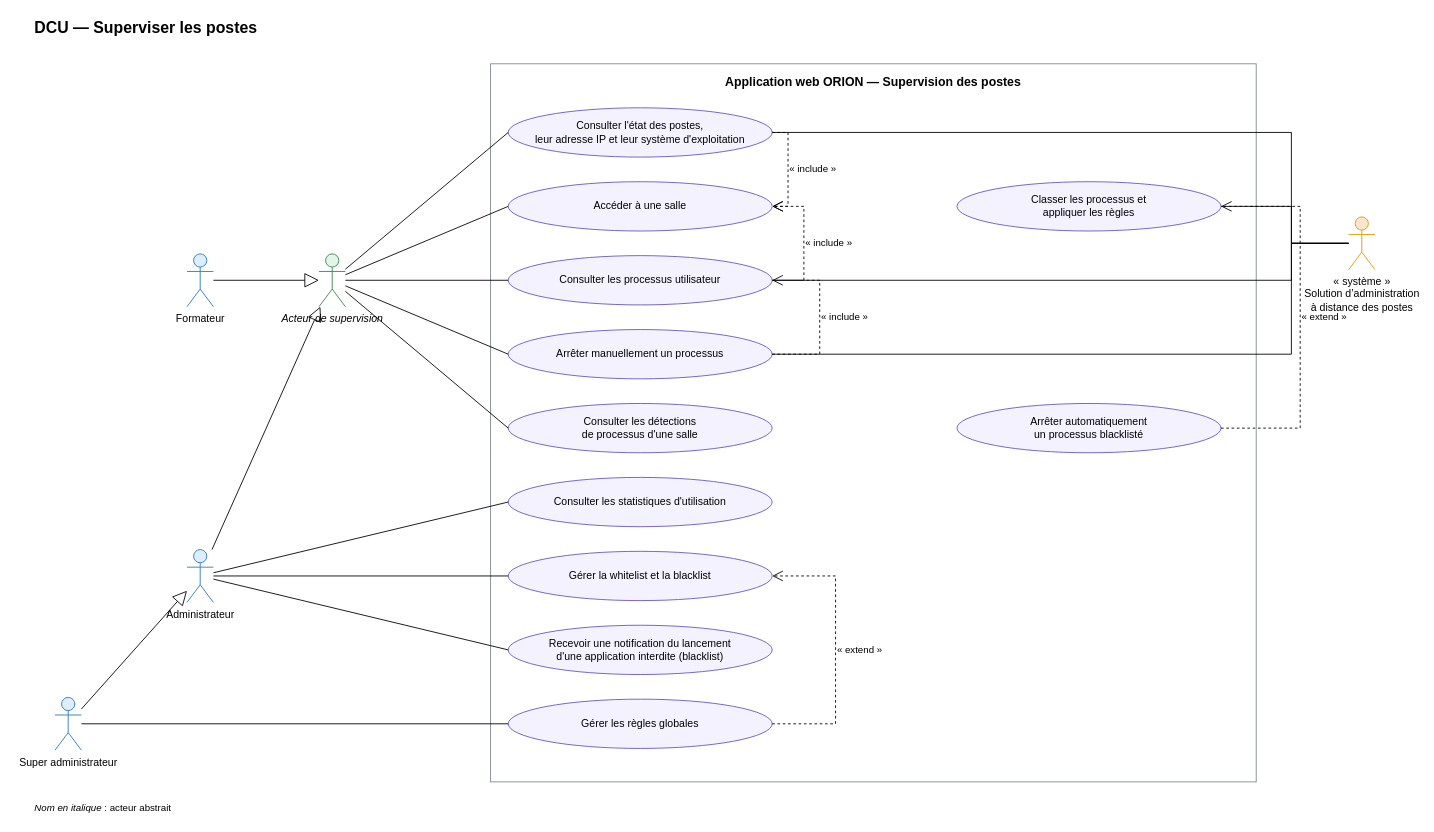
bpierrelouis/aster keeps this draw.io diagram as docs/02-ANALYSE/02-CAPTURE-DES-BESOINS/05-DCU-SUPERVISION-POSTES.drawio. Above is the earlier version. Source tidied: cells renumbered, new cells numbered last; positions are measured from the earlier drawing's top-left corner, leaving out a move shared by most shapes. Both pictures are drawn from the tidied source at 88%, with x=0, y=0 at pixel (33, 15).
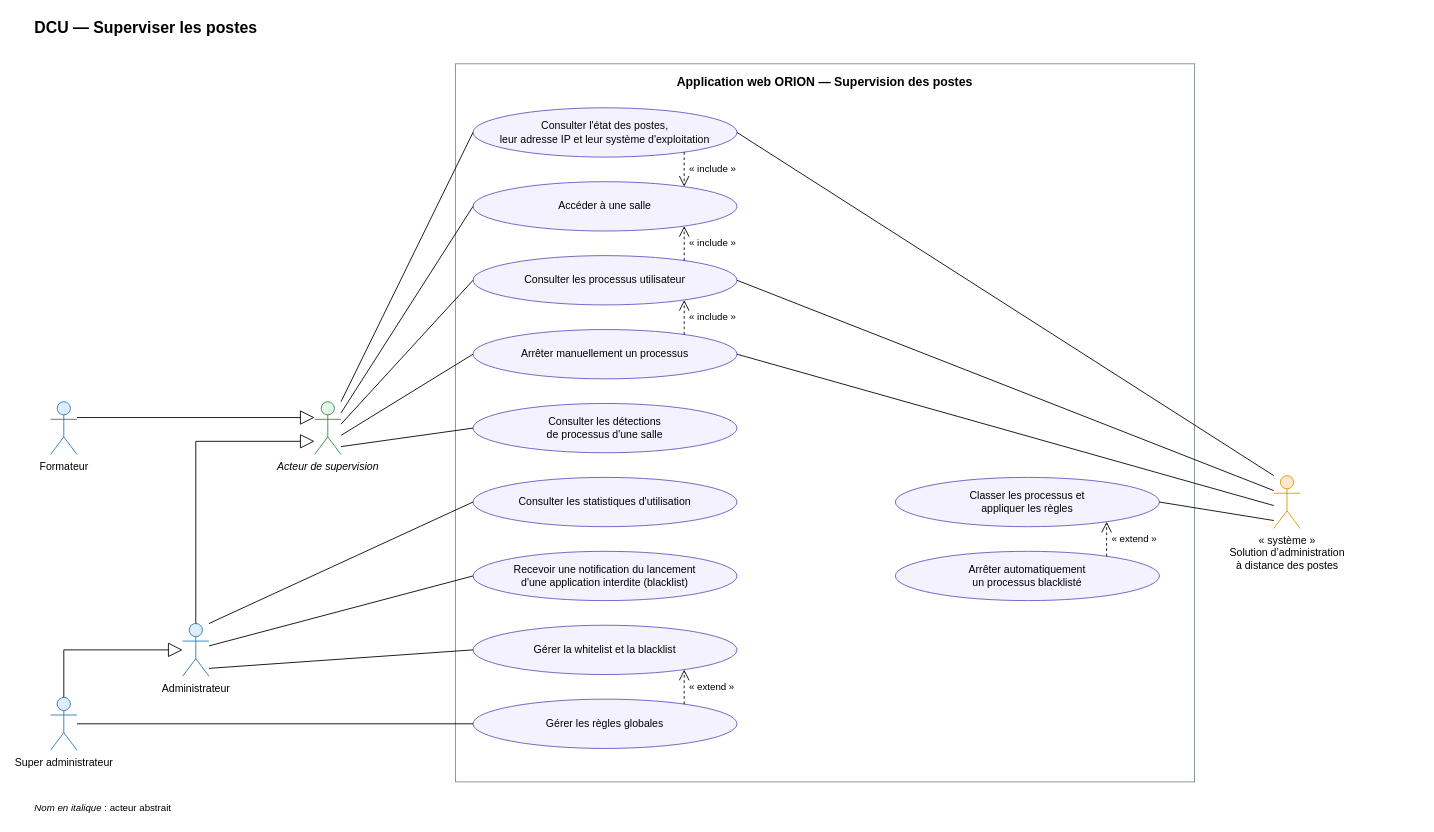
Above is the later version.

Unchanged cells that the change refers to:
```xml
<mxCell id="4" value="Accéder à une salle" style="ellipse;whiteSpace=wrap;html=1;fontSize=12;fillColor=#F5F2FF;strokeColor=#6954C0;" parent="3" vertex="1">
  <mxGeometry x="20" y="134" width="300" height="56" as="geometry" />
</mxCell>
<mxCell id="5" value="Consulter l'état des postes,&lt;br&gt;leur adresse IP et leur système d'exploitation" style="ellipse;whiteSpace=wrap;html=1;fontSize=12;fillColor=#F5F2FF;strokeColor=#6954C0;" parent="3" vertex="1">
  <mxGeometry x="20" y="50" width="300" height="56" as="geometry" />
</mxCell>
<mxCell id="6" value="Consulter les processus utilisateur" style="ellipse;whiteSpace=wrap;html=1;fontSize=12;fillColor=#F5F2FF;strokeColor=#6954C0;" parent="3" vertex="1">
  <mxGeometry x="20" y="218" width="300" height="56" as="geometry" />
</mxCell>
<mxCell id="7" value="Arrêter manuellement un processus" style="ellipse;whiteSpace=wrap;html=1;fontSize=12;fillColor=#F5F2FF;strokeColor=#6954C0;" parent="3" vertex="1">
  <mxGeometry x="20" y="302" width="300" height="56" as="geometry" />
</mxCell>
<mxCell id="9" value="Gérer les règles globales" style="ellipse;whiteSpace=wrap;html=1;fontSize=12;fillColor=#F5F2FF;strokeColor=#6954C0;" parent="3" vertex="1">
  <mxGeometry x="20" y="722" width="300" height="56" as="geometry" />
</mxCell>
<mxCell id="12" value="Consulter les détections&lt;br&gt;de processus d'une salle" style="ellipse;whiteSpace=wrap;html=1;fontSize=12;fillColor=#F5F2FF;strokeColor=#6954C0;" parent="3" vertex="1">
  <mxGeometry x="20" y="386" width="300" height="56" as="geometry" />
</mxCell>
<mxCell id="14" value="Consulter les statistiques d'utilisation" style="ellipse;whiteSpace=wrap;html=1;fontSize=12;fillColor=#F5F2FF;strokeColor=#6954C0;" parent="3" vertex="1">
  <mxGeometry x="20" y="470" width="300" height="56" as="geometry" />
</mxCell>
```

The edit, as a diff of the source:
```diff
@@
     <mxCell id="3" value="Application web ORION — Supervision des postes" style="rounded=0;whiteSpace=wrap;html=1;verticalAlign=top;fontStyle=1;fontSize=14;fillColor=none;strokeColor=#7D8793;spacingTop=6;" parent="1" vertex="1">
-      <mxGeometry x="520" y="55" width="870" height="816" as="geometry" />
+      <mxGeometry x="480" y="55" width="840" height="816" as="geometry" />
     </mxCell>
@@
     <mxCell id="8" value="Gérer la whitelist et la blacklist" style="ellipse;whiteSpace=wrap;html=1;fontSize=12;fillColor=#F5F2FF;strokeColor=#6954C0;" parent="3" vertex="1">
-      <mxGeometry x="20" y="554" width="300" height="56" as="geometry" />
+      <mxGeometry x="20" y="638" width="300" height="56" as="geometry" />
     </mxCell>
@@
     <mxCell id="10" value="Classer les processus et&lt;br&gt;appliquer les règles" style="ellipse;whiteSpace=wrap;html=1;fontSize=12;fillColor=#F5F2FF;strokeColor=#6954C0;" parent="3" vertex="1">
-      <mxGeometry x="530" y="134" width="300" height="56" as="geometry" />
+      <mxGeometry x="500" y="470" width="300" height="56" as="geometry" />
     </mxCell>
     <mxCell id="11" value="Arrêter automatiquement&lt;br&gt;un processus blacklisté" style="ellipse;whiteSpace=wrap;html=1;fontSize=12;fillColor=#F5F2FF;strokeColor=#6954C0;" parent="3" vertex="1">
-      <mxGeometry x="530" y="386" width="300" height="56" as="geometry" />
+      <mxGeometry x="500" y="554" width="300" height="56" as="geometry" />
     </mxCell>
@@
     <mxCell id="13" value="Recevoir une notification du lancement&lt;br&gt;d'une application interdite (blacklist)" style="ellipse;whiteSpace=wrap;html=1;fontSize=12;fillColor=#F5F2FF;strokeColor=#6954C0;" parent="3" vertex="1">
-      <mxGeometry x="20" y="638" width="300" height="56" as="geometry" />
+      <mxGeometry x="20" y="554" width="300" height="56" as="geometry" />
     </mxCell>
@@
     <mxCell id="15" value="Acteur de supervision" style="shape=umlActor;verticalLabelPosition=bottom;verticalAlign=top;html=1;outlineConnect=0;fontSize=12;fillColor=#E3F5E6;strokeColor=#35864A;fontStyle=2;" parent="1" vertex="1">
-      <mxGeometry x="325" y="271" width="30" height="60" as="geometry" />
+      <mxGeometry x="320" y="439" width="30" height="60" as="geometry" />
     </mxCell>
     <mxCell id="16" value="Formateur" style="shape=umlActor;verticalLabelPosition=bottom;verticalAlign=top;html=1;outlineConnect=0;fontSize=12;fillColor=#DCEEFF;strokeColor=#2878B5;" parent="1" vertex="1">
-      <mxGeometry x="175" y="271" width="30" height="60" as="geometry" />
+      <mxGeometry x="20" y="439" width="30" height="60" as="geometry" />
     </mxCell>
     <mxCell id="17" value="Administrateur" style="shape=umlActor;verticalLabelPosition=bottom;verticalAlign=top;html=1;outlineConnect=0;fontSize=12;fillColor=#DCEEFF;strokeColor=#2878B5;" parent="1" vertex="1">
-      <mxGeometry x="175" y="607" width="30" height="60" as="geometry" />
+      <mxGeometry x="170" y="691" width="30" height="60" as="geometry" />
     </mxCell>
     <mxCell id="18" value="Super administrateur" style="shape=umlActor;verticalLabelPosition=bottom;verticalAlign=top;html=1;outlineConnect=0;fontSize=12;fillColor=#DCEEFF;strokeColor=#2878B5;" parent="1" vertex="1">
-      <mxGeometry x="25" y="775" width="30" height="60" as="geometry" />
+      <mxGeometry x="20" y="775" width="30" height="60" as="geometry" />
     </mxCell>
     <mxCell id="19" value="« système »&lt;br&gt;Solution d’administration&lt;br&gt;à distance des postes" style="shape=umlActor;verticalLabelPosition=bottom;verticalAlign=top;html=1;outlineConnect=0;fontSize=12;fillColor=#FFE6CC;strokeColor=#D79B00;" parent="1" vertex="1">
-      <mxGeometry x="1495" y="229" width="30" height="60" as="geometry" />
+      <mxGeometry x="1410" y="523" width="30" height="60" as="geometry" />
     </mxCell>
-    <mxCell id="20" style="endArrow=block;endFill=0;endSize=14;html=1;rounded=0;" parent="1" edge="1" source="16" target="15">
+    <mxCell id="20" style="endArrow=block;endFill=0;endSize=14;html=1;rounded=0;edgeStyle=none;exitX=1;exitY=0.3;exitDx=0;exitDy=0;exitPerimeter=0;entryX=0;entryY=0.3;entryDx=0;entryDy=0;entryPerimeter=0;" parent="1" edge="1" source="16" target="15">
       <mxGeometry relative="1" as="geometry" />
     </mxCell>
-    <mxCell id="21" style="endArrow=block;endFill=0;endSize=14;html=1;rounded=0;" parent="1" edge="1" source="17" target="15">
-      <mxGeometry relative="1" as="geometry" />
+    <mxCell id="21" style="endArrow=block;endFill=0;endSize=14;html=1;rounded=0;edgeStyle=none;exitX=0.5;exitY=0;exitDx=0;exitDy=0;exitPerimeter=0;entryX=0;entryY=0.75;entryDx=0;entryDy=0;entryPerimeter=0;" parent="1" edge="1" source="17" target="15">
+      <mxGeometry relative="1" as="geometry">
+        <Array as="points">
+          <mxPoint x="185" y="484" />
+        </Array>
+      </mxGeometry>
     </mxCell>
-    <mxCell id="22" style="endArrow=block;endFill=0;endSize=14;html=1;rounded=0;" parent="1" edge="1" source="18" target="17">
-      <mxGeometry relative="1" as="geometry" />
+    <mxCell id="22" style="endArrow=block;endFill=0;endSize=14;html=1;rounded=0;edgeStyle=none;exitX=0.5;exitY=0;exitDx=0;exitDy=0;exitPerimeter=0;entryX=0;entryY=0.5;entryDx=0;entryDy=0;entryPerimeter=0;" parent="1" edge="1" source="18" target="17">
+      <mxGeometry relative="1" as="geometry">
+        <Array as="points">
+          <mxPoint x="35" y="721" />
+        </Array>
+      </mxGeometry>
     </mxCell>
-    <mxCell id="23" style="endArrow=none;html=1;rounded=0;entryX=0;entryY=0.5;entryDx=0;entryDy=0;" parent="1" edge="1" source="15" target="4">
+    <mxCell id="23" style="endArrow=none;html=1;rounded=0;edgeStyle=none;exitX=1;exitY=0.2125;exitDx=0;exitDy=0;exitPerimeter=0;entryX=0;entryY=0.5;entryDx=0;entryDy=0;entryPerimeter=0;" parent="1" edge="1" source="15" target="4">
       <mxGeometry relative="1" as="geometry" />
     </mxCell>
-    <mxCell id="24" style="endArrow=none;html=1;rounded=0;entryX=0;entryY=0.5;entryDx=0;entryDy=0;" parent="1" edge="1" source="15" target="5">
+    <mxCell id="24" style="endArrow=none;html=1;rounded=0;edgeStyle=none;exitX=1;exitY=0.0;exitDx=0;exitDy=0;exitPerimeter=0;entryX=0;entryY=0.5;entryDx=0;entryDy=0;entryPerimeter=0;" parent="1" edge="1" source="15" target="5">
       <mxGeometry relative="1" as="geometry" />
     </mxCell>
-    <mxCell id="25" style="endArrow=none;html=1;rounded=0;entryX=0;entryY=0.5;entryDx=0;entryDy=0;" parent="1" edge="1" source="15" target="6">
+    <mxCell id="25" style="endArrow=none;html=1;rounded=0;edgeStyle=none;exitX=1;exitY=0.425;exitDx=0;exitDy=0;exitPerimeter=0;entryX=0;entryY=0.5;entryDx=0;entryDy=0;entryPerimeter=0;" parent="1" edge="1" source="15" target="6">
       <mxGeometry relative="1" as="geometry" />
     </mxCell>
-    <mxCell id="26" style="endArrow=none;html=1;rounded=0;entryX=0;entryY=0.5;entryDx=0;entryDy=0;" parent="1" edge="1" source="15" target="7">
+    <mxCell id="26" style="endArrow=none;html=1;rounded=0;edgeStyle=none;exitX=1;exitY=0.6375;exitDx=0;exitDy=0;exitPerimeter=0;entryX=0;entryY=0.5;entryDx=0;entryDy=0;entryPerimeter=0;" parent="1" edge="1" source="15" target="7">
       <mxGeometry relative="1" as="geometry" />
     </mxCell>
-    <mxCell id="27" style="endArrow=none;html=1;rounded=0;entryX=0;entryY=0.5;entryDx=0;entryDy=0;" parent="1" edge="1" source="15" target="12">
+    <mxCell id="27" style="endArrow=none;html=1;rounded=0;edgeStyle=none;exitX=1;exitY=0.85;exitDx=0;exitDy=0;exitPerimeter=0;entryX=0;entryY=0.5;entryDx=0;entryDy=0;entryPerimeter=0;" parent="1" edge="1" source="15" target="12">
       <mxGeometry relative="1" as="geometry" />
     </mxCell>
-    <mxCell id="28" style="endArrow=none;html=1;rounded=0;entryX=0;entryY=0.5;entryDx=0;entryDy=0;" parent="1" edge="1" source="17" target="8">
+    <mxCell id="28" style="endArrow=none;html=1;rounded=0;edgeStyle=none;exitX=1;exitY=0.85;exitDx=0;exitDy=0;exitPerimeter=0;entryX=0;entryY=0.5;entryDx=0;entryDy=0;entryPerimeter=0;" parent="1" edge="1" source="17" target="8">
       <mxGeometry relative="1" as="geometry" />
     </mxCell>
-    <mxCell id="29" style="endArrow=none;html=1;rounded=0;entryX=0;entryY=0.5;entryDx=0;entryDy=0;" parent="1" edge="1" source="17" target="14">
+    <mxCell id="29" style="endArrow=none;html=1;rounded=0;edgeStyle=none;exitX=1;exitY=0.0;exitDx=0;exitDy=0;exitPerimeter=0;entryX=0;entryY=0.5;entryDx=0;entryDy=0;entryPerimeter=0;" parent="1" edge="1" source="17" target="14">
       <mxGeometry relative="1" as="geometry" />
     </mxCell>
-    <mxCell id="30" style="endArrow=none;html=1;rounded=0;entryX=0;entryY=0.5;entryDx=0;entryDy=0;" parent="1" edge="1" source="17" target="13">
+    <mxCell id="30" style="endArrow=none;html=1;rounded=0;edgeStyle=none;exitX=1;exitY=0.425;exitDx=0;exitDy=0;exitPerimeter=0;entryX=0;entryY=0.5;entryDx=0;entryDy=0;entryPerimeter=0;" parent="1" edge="1" source="17" target="13">
       <mxGeometry relative="1" as="geometry" />
     </mxCell>
-    <mxCell id="31" style="endArrow=none;html=1;rounded=0;entryX=0;entryY=0.5;entryDx=0;entryDy=0;" parent="1" edge="1" source="18" target="9">
+    <mxCell id="31" style="endArrow=none;html=1;rounded=0;edgeStyle=none;exitX=1;exitY=0.5;exitDx=0;exitDy=0;exitPerimeter=0;entryX=0;entryY=0.5;entryDx=0;entryDy=0;entryPerimeter=0;" parent="1" edge="1" source="18" target="9">
       <mxGeometry relative="1" as="geometry" />
     </mxCell>
-    <mxCell id="32" style="endArrow=none;html=1;rounded=0;exitX=1;exitY=0.5;exitDx=0;exitDy=0;edgeStyle=orthogonalEdgeStyle;" parent="1" edge="1" source="5" target="19">
-      <mxGeometry relative="1" as="geometry">
-        <Array as="points">
-          <mxPoint x="1430" y="133" />
-          <mxPoint x="1430" y="259" />
-        </Array>
-      </mxGeometry>
+    <mxCell id="32" style="endArrow=none;html=1;rounded=0;edgeStyle=none;exitX=1;exitY=0.5;exitDx=0;exitDy=0;exitPerimeter=0;entryX=0;entryY=0.0;entryDx=0;entryDy=0;entryPerimeter=0;" parent="1" edge="1" source="5" target="19">
+      <mxGeometry relative="1" as="geometry" />
     </mxCell>
-    <mxCell id="33" style="endArrow=none;html=1;rounded=0;exitX=1;exitY=0.5;exitDx=0;exitDy=0;edgeStyle=orthogonalEdgeStyle;" parent="1" edge="1" source="6" target="19">
-      <mxGeometry relative="1" as="geometry">
-        <Array as="points">
-          <mxPoint x="1430" y="301" />
-          <mxPoint x="1430" y="259" />
-        </Array>
-      </mxGeometry>
+    <mxCell id="33" style="endArrow=none;html=1;rounded=0;edgeStyle=none;exitX=1;exitY=0.5;exitDx=0;exitDy=0;exitPerimeter=0;entryX=0;entryY=0.2833333333333333;entryDx=0;entryDy=0;entryPerimeter=0;" parent="1" edge="1" source="6" target="19">
+      <mxGeometry relative="1" as="geometry" />
     </mxCell>
-    <mxCell id="34" style="endArrow=none;html=1;rounded=0;exitX=1;exitY=0.5;exitDx=0;exitDy=0;edgeStyle=orthogonalEdgeStyle;" parent="1" edge="1" source="7" target="19">
-      <mxGeometry relative="1" as="geometry">
-        <Array as="points">
-          <mxPoint x="1430" y="385" />
-          <mxPoint x="1430" y="259" />
-        </Array>
-      </mxGeometry>
+    <mxCell id="34" style="endArrow=none;html=1;rounded=0;edgeStyle=none;exitX=1;exitY=0.5;exitDx=0;exitDy=0;exitPerimeter=0;entryX=0;entryY=0.5666666666666667;entryDx=0;entryDy=0;entryPerimeter=0;" parent="1" edge="1" source="7" target="19">
+      <mxGeometry relative="1" as="geometry" />
     </mxCell>
-    <mxCell id="35" style="endArrow=none;html=1;rounded=0;exitX=1;exitY=0.5;exitDx=0;exitDy=0;edgeStyle=orthogonalEdgeStyle;" parent="1" edge="1" source="10" target="19">
-      <mxGeometry relative="1" as="geometry">
-        <Array as="points">
-          <mxPoint x="1430" y="217" />
-          <mxPoint x="1430" y="259" />
-        </Array>
-      </mxGeometry>
+    <mxCell id="35" style="endArrow=none;html=1;rounded=0;edgeStyle=none;exitX=1;exitY=0.5;exitDx=0;exitDy=0;exitPerimeter=0;entryX=0;entryY=0.85;entryDx=0;entryDy=0;entryPerimeter=0;" parent="1" edge="1" source="10" target="19">
+      <mxGeometry relative="1" as="geometry" />
     </mxCell>
-    <mxCell id="36" value="« include »" style="endArrow=open;endSize=10;dashed=1;html=1;rounded=0;fontSize=11;labelBackgroundColor=#ffffff;edgeStyle=orthogonalEdgeStyle;exitX=1;exitY=0.5;entryX=1;entryY=0.5;labelPosition=right;align=left;" parent="3" edge="1" source="5" target="4">
+    <mxCell id="36" value="« include »" style="endArrow=open;endSize=10;dashed=1;html=1;rounded=0;fontSize=11;labelBackgroundColor=#ffffff;labelPosition=right;align=left;edgeStyle=none;exitX=0.8;exitY=0.8999999999999999;exitDx=0;exitDy=0;exitPerimeter=0;entryX=0.8;entryY=0.10000000000000003;entryDx=0;entryDy=0;entryPerimeter=0;" parent="3" edge="1" source="5" target="4">
       <mxGeometry relative="1" as="geometry">
-        <Array as="points">
-          <mxPoint x="338" y="78" />
-          <mxPoint x="338" y="162" />
-        </Array>
+        <mxPoint x="4" as="offset" />
       </mxGeometry>
     </mxCell>
-    <mxCell id="37" value="« include »" style="endArrow=open;endSize=10;dashed=1;html=1;rounded=0;fontSize=11;labelBackgroundColor=#ffffff;edgeStyle=orthogonalEdgeStyle;exitX=1;exitY=0.5;entryX=1;entryY=0.5;labelPosition=right;align=left;" parent="3" edge="1" source="6" target="4">
+    <mxCell id="37" value="« include »" style="endArrow=open;endSize=10;dashed=1;html=1;rounded=0;fontSize=11;labelBackgroundColor=#ffffff;labelPosition=right;align=left;edgeStyle=none;exitX=0.8;exitY=0.10000000000000003;exitDx=0;exitDy=0;exitPerimeter=0;entryX=0.8;entryY=0.8999999999999999;entryDx=0;entryDy=0;entryPerimeter=0;" parent="3" edge="1" source="6" target="4">
       <mxGeometry relative="1" as="geometry">
-        <Array as="points">
-          <mxPoint x="356" y="246" />
-          <mxPoint x="356" y="162" />
-        </Array>
+        <mxPoint x="4" as="offset" />
       </mxGeometry>
     </mxCell>
-    <mxCell id="38" value="« include »" style="endArrow=open;endSize=10;dashed=1;html=1;rounded=0;fontSize=11;labelBackgroundColor=#ffffff;edgeStyle=orthogonalEdgeStyle;exitX=1;exitY=0.5;entryX=1;entryY=0.5;labelPosition=right;align=left;" parent="3" edge="1" source="7" target="6">
+    <mxCell id="38" value="« include »" style="endArrow=open;endSize=10;dashed=1;html=1;rounded=0;fontSize=11;labelBackgroundColor=#ffffff;labelPosition=right;align=left;edgeStyle=none;exitX=0.8;exitY=0.10000000000000003;exitDx=0;exitDy=0;exitPerimeter=0;entryX=0.8;entryY=0.8999999999999999;entryDx=0;entryDy=0;entryPerimeter=0;" parent="3" edge="1" source="7" target="6">
       <mxGeometry relative="1" as="geometry">
-        <Array as="points">
-          <mxPoint x="374" y="330" />
-          <mxPoint x="374" y="246" />
-        </Array>
+        <mxPoint x="4" as="offset" />
       </mxGeometry>
     </mxCell>
-    <mxCell id="39" value="« extend »" style="endArrow=open;endSize=10;dashed=1;html=1;rounded=0;fontSize=11;labelBackgroundColor=#ffffff;edgeStyle=orthogonalEdgeStyle;exitX=1;exitY=0.5;entryX=1;entryY=0.5;labelPosition=right;align=left;" parent="3" edge="1" source="9" target="8">
+    <mxCell id="39" value="« extend »" style="endArrow=open;endSize=10;dashed=1;html=1;rounded=0;fontSize=11;labelBackgroundColor=#ffffff;labelPosition=right;align=left;edgeStyle=none;exitX=0.8;exitY=0.10000000000000003;exitDx=0;exitDy=0;exitPerimeter=0;entryX=0.8;entryY=0.8999999999999999;entryDx=0;entryDy=0;entryPerimeter=0;" parent="3" edge="1" source="9" target="8">
       <mxGeometry relative="1" as="geometry">
-        <Array as="points">
-          <mxPoint x="392" y="750" />
-          <mxPoint x="392" y="582" />
-        </Array>
+        <mxPoint x="4" as="offset" />
       </mxGeometry>
     </mxCell>
-    <mxCell id="40" value="« extend »" style="endArrow=open;endSize=10;dashed=1;html=1;rounded=0;fontSize=11;labelBackgroundColor=#ffffff;edgeStyle=orthogonalEdgeStyle;exitX=1;exitY=0.5;entryX=1;entryY=0.5;labelPosition=right;align=left;" parent="3" edge="1" source="11" target="10">
+    <mxCell id="40" value="« extend »" style="endArrow=open;endSize=10;dashed=1;html=1;rounded=0;fontSize=11;labelBackgroundColor=#ffffff;labelPosition=right;align=left;edgeStyle=none;exitX=0.8;exitY=0.10000000000000003;exitDx=0;exitDy=0;exitPerimeter=0;entryX=0.8;entryY=0.8999999999999999;entryDx=0;entryDy=0;entryPerimeter=0;" parent="3" edge="1" source="11" target="10">
       <mxGeometry relative="1" as="geometry">
-        <Array as="points">
-          <mxPoint x="920" y="414" />
-          <mxPoint x="920" y="162" />
-        </Array>
+        <mxPoint x="4" as="offset" />
       </mxGeometry>
     </mxCell>
```
